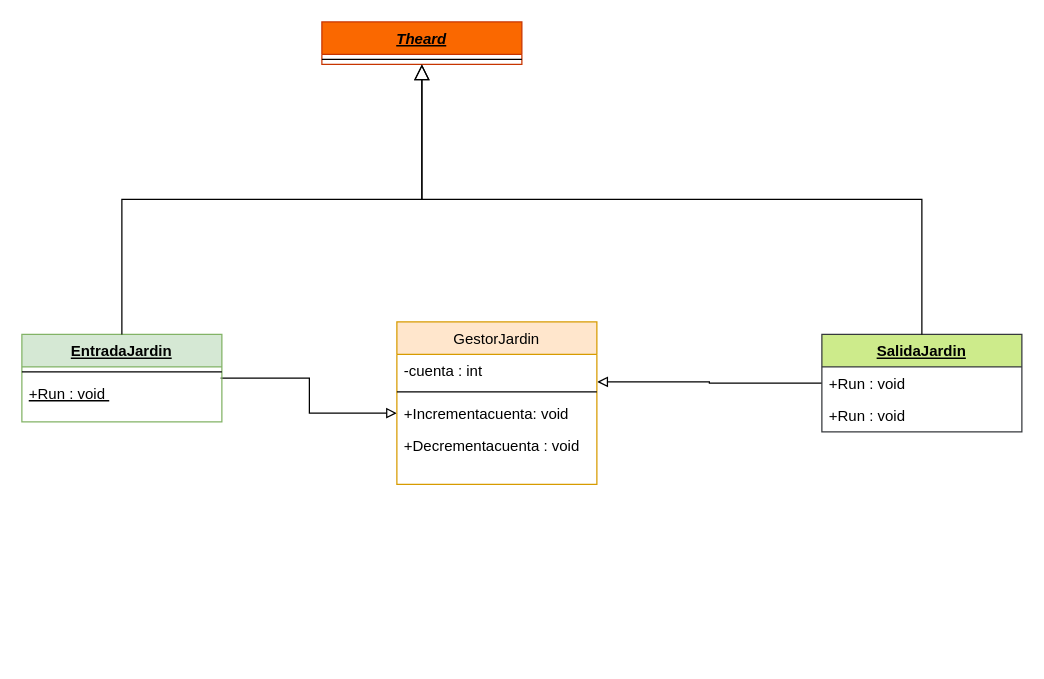
Above: Diagrama sin título.drawio in PaulaAtencia/PROG (draw.io), before the change. Source tidied: cells renumbered, new cells numbered last; positions are measured from the earlier drawing's top-left corner, leaving out a move shared by most shapes. Both pictures are drawn from the tidied source at 125%, with x=0, y=0 at pixel (21, 21).
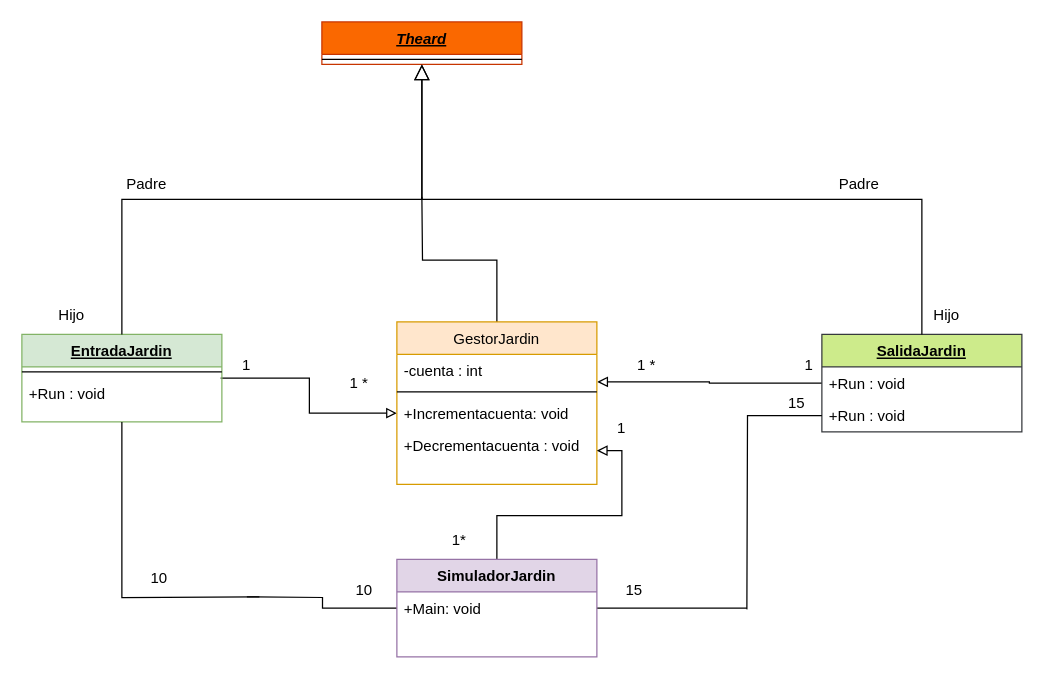
The same diagram, later.

The change refers to these unchanged cells:
```xml
<mxCell id="5" value="EntradaJardin" style="swimlane;fontStyle=5;align=center;verticalAlign=top;horizontal=1;startSize=26;rounded=0;shadow=0;strokeWidth=1;fillColor=#d5e8d4;strokeColor=#82b366;" parent="1" vertex="1">
  <mxGeometry y="250" width="160" height="70" as="geometry" />
</mxCell>
<mxCell id="12" value="+Run : void" style="text;align=left;verticalAlign=top;spacingLeft=4;spacingRight=4;overflow=hidden;points=[[0,0.5],[1,0.5]];portConstraint=eastwest;" parent="10" vertex="1">
  <mxGeometry y="52" width="160" height="26" as="geometry" />
</mxCell>
<mxCell id="14" value="GestorJardin" style="swimlane;fontStyle=0;align=center;verticalAlign=top;horizontal=1;startSize=26;rounded=0;shadow=0;strokeWidth=1;fillColor=#ffe6cc;strokeColor=#d79b00;" parent="1" vertex="1">
  <mxGeometry x="300" y="240" width="160" height="130" as="geometry" />
</mxCell>
<mxCell id="18" value="+Decrementacuenta : void" style="text;align=left;verticalAlign=top;spacingLeft=4;spacingRight=4;overflow=hidden;points=[[0,0.5],[1,0.5]];portConstraint=eastwest;rounded=0;shadow=0;html=0;" parent="14" vertex="1">
  <mxGeometry y="86" width="160" height="34" as="geometry" />
</mxCell>
```

Diff of the diagram source:
```diff
@@
-    <mxCell id="7" value="+Run : void " style="text;align=left;verticalAlign=top;spacingLeft=4;spacingRight=4;overflow=hidden;points=[[0,0.5],[1,0.5]];portConstraint=eastwest;fontStyle=4;" parent="5" vertex="1">
+    <mxCell id="7" value="+Run : void " style="text;align=left;verticalAlign=top;spacingLeft=4;spacingRight=4;overflow=hidden;points=[[0,0.5],[1,0.5]];portConstraint=eastwest;fontStyle=0;" parent="5" vertex="1">
       <mxGeometry y="34" width="160" height="26" as="geometry" />
     </mxCell>
@@
+    <mxCell id="20" style="edgeStyle=orthogonalEdgeStyle;rounded=0;jettySize=auto;html=1;endArrow=none;endFill=0;" parent="1" edge="1" source="14">
+      <mxGeometry relative="1" as="geometry">
+        <mxPoint x="320" y="140" as="targetPoint" />
+      </mxGeometry>
+    </mxCell>
@@
+    <mxCell id="21" value="1 *" style="text;strokeColor=none;align=center;fillColor=none;html=1;verticalAlign=middle;whiteSpace=wrap;rounded=0;" parent="1" vertex="1">
+      <mxGeometry x="470" y="260" width="60" height="30" as="geometry" />
+    </mxCell>
+    <mxCell id="22" value="1" style="text;strokeColor=none;align=center;fillColor=none;html=1;verticalAlign=middle;whiteSpace=wrap;rounded=0;" parent="1" vertex="1">
+      <mxGeometry x="600" y="260" width="60" height="30" as="geometry" />
+    </mxCell>
+    <mxCell id="23" value="1" style="text;strokeColor=none;align=center;fillColor=none;html=1;verticalAlign=middle;whiteSpace=wrap;rounded=0;" parent="1" vertex="1">
+      <mxGeometry x="150" y="260" width="60" height="30" as="geometry" />
+    </mxCell>
+    <mxCell id="24" value="&lt;div&gt;&lt;br/&gt;&lt;/div&gt;" style="text;strokeColor=none;align=center;fillColor=none;html=1;verticalAlign=middle;whiteSpace=wrap;rounded=0;" parent="1" vertex="1">
+      <mxGeometry x="240" y="290" width="60" height="30" as="geometry" />
+    </mxCell>
+    <mxCell id="25" value="Hijo" style="text;strokeColor=none;align=center;fillColor=none;html=1;verticalAlign=middle;whiteSpace=wrap;rounded=0;" parent="1" vertex="1">
+      <mxGeometry x="10" y="220" width="60" height="30" as="geometry" />
+    </mxCell>
+    <mxCell id="26" value="1 *" style="text;strokeColor=none;align=center;fillColor=none;html=1;verticalAlign=middle;whiteSpace=wrap;rounded=0;" parent="1" vertex="1">
+      <mxGeometry x="240" y="274" width="60" height="30" as="geometry" />
+    </mxCell>
+    <mxCell id="27" value="Padre" style="text;strokeColor=none;align=center;fillColor=none;html=1;verticalAlign=middle;whiteSpace=wrap;rounded=0;" parent="1" vertex="1">
+      <mxGeometry x="70" y="100" width="60" height="60" as="geometry" />
+    </mxCell>
+    <mxCell id="28" value="Padre" style="text;strokeColor=none;align=center;fillColor=none;html=1;verticalAlign=middle;whiteSpace=wrap;rounded=0;" parent="1" vertex="1">
+      <mxGeometry x="640" y="100" width="60" height="60" as="geometry" />
+    </mxCell>
+    <mxCell id="29" value="Hijo" style="text;strokeColor=none;align=center;fillColor=none;html=1;verticalAlign=middle;whiteSpace=wrap;rounded=0;" parent="1" vertex="1">
+      <mxGeometry x="710" y="220" width="60" height="30" as="geometry" />
+    </mxCell>
+    <mxCell id="30" style="edgeStyle=orthogonalEdgeStyle;rounded=0;jettySize=auto;html=1;endArrow=none;endFill=0;" parent="1" edge="1" source="33">
+      <mxGeometry relative="1" as="geometry">
+        <mxPoint x="180" y="460" as="targetPoint" />
+      </mxGeometry>
+    </mxCell>
+    <mxCell id="31" style="edgeStyle=orthogonalEdgeStyle;rounded=0;jettySize=auto;html=1;endArrow=block;endFill=0;" parent="1" edge="1" source="33" target="18">
+      <mxGeometry relative="1" as="geometry" />
+    </mxCell>
+    <mxCell id="32" style="edgeStyle=orthogonalEdgeStyle;rounded=0;jettySize=auto;html=1;endArrow=none;endFill=0;" parent="1" edge="1" source="33">
+      <mxGeometry relative="1" as="geometry">
+        <mxPoint x="580" y="469" as="targetPoint" />
+      </mxGeometry>
+    </mxCell>
+    <mxCell id="33" value="SimuladorJardin" style="swimlane;fontStyle=1;align=center;verticalAlign=top;horizontal=1;startSize=26;rounded=0;shadow=0;strokeWidth=1;fillColor=#e1d5e7;strokeColor=#9673a6;" parent="1" vertex="1">
+      <mxGeometry x="300" y="430" width="160" height="78" as="geometry" />
+    </mxCell>
+    <mxCell id="34" value="+Main: void" style="text;align=left;verticalAlign=top;spacingLeft=4;spacingRight=4;overflow=hidden;" parent="33" vertex="1">
+      <mxGeometry y="26" width="160" height="26" as="geometry" />
+    </mxCell>
+    <mxCell id="35" style="edgeStyle=orthogonalEdgeStyle;rounded=0;jettySize=auto;html=1;entryX=0.5;entryY=1;entryDx=0;entryDy=0;startArrow=none;startFill=0;endArrow=none;endFill=0;" parent="1" edge="1" target="5">
+      <mxGeometry relative="1" as="geometry">
+        <mxPoint x="190" y="460" as="sourcePoint" />
+      </mxGeometry>
+    </mxCell>
+    <mxCell id="36" style="edgeStyle=orthogonalEdgeStyle;rounded=0;jettySize=auto;html=1;endArrow=none;endFill=0;" parent="1" edge="1" target="12">
+      <mxGeometry relative="1" as="geometry">
+        <mxPoint x="580" y="470" as="sourcePoint" />
+      </mxGeometry>
+    </mxCell>
+    <mxCell id="37" value="10" style="text;strokeColor=none;align=center;fillColor=none;html=1;verticalAlign=middle;whiteSpace=wrap;rounded=0;" parent="1" vertex="1">
+      <mxGeometry x="80" y="430" width="60" height="30" as="geometry" />
+    </mxCell>
+    <mxCell id="38" value="10" style="text;strokeColor=none;align=center;fillColor=none;html=1;verticalAlign=middle;whiteSpace=wrap;rounded=0;" parent="1" vertex="1">
+      <mxGeometry x="244" y="440" width="60" height="30" as="geometry" />
+    </mxCell>
+    <mxCell id="39" value="1" style="text;strokeColor=none;align=center;fillColor=none;html=1;verticalAlign=middle;whiteSpace=wrap;rounded=0;" parent="1" vertex="1">
+      <mxGeometry x="450" y="310" width="60" height="30" as="geometry" />
+    </mxCell>
+    <mxCell id="40" value="1*" style="text;strokeColor=none;align=center;fillColor=none;html=1;verticalAlign=middle;whiteSpace=wrap;rounded=0;" parent="1" vertex="1">
+      <mxGeometry x="320" y="400" width="60" height="30" as="geometry" />
+    </mxCell>
+    <mxCell id="41" value="15" style="text;strokeColor=none;align=center;fillColor=none;html=1;verticalAlign=middle;whiteSpace=wrap;rounded=0;" parent="1" vertex="1">
+      <mxGeometry x="460" y="440" width="60" height="30" as="geometry" />
+    </mxCell>
+    <mxCell id="42" value="15" style="text;strokeColor=none;align=center;fillColor=none;html=1;verticalAlign=middle;whiteSpace=wrap;rounded=0;" parent="1" vertex="1">
+      <mxGeometry x="590" y="290" width="60" height="30" as="geometry" />
+    </mxCell>
```
